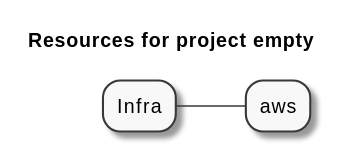
Before: artifacts/resources-mindmap.svg, a diagram exported from PlantUML (FredericHeem/gcp-infra-gen).
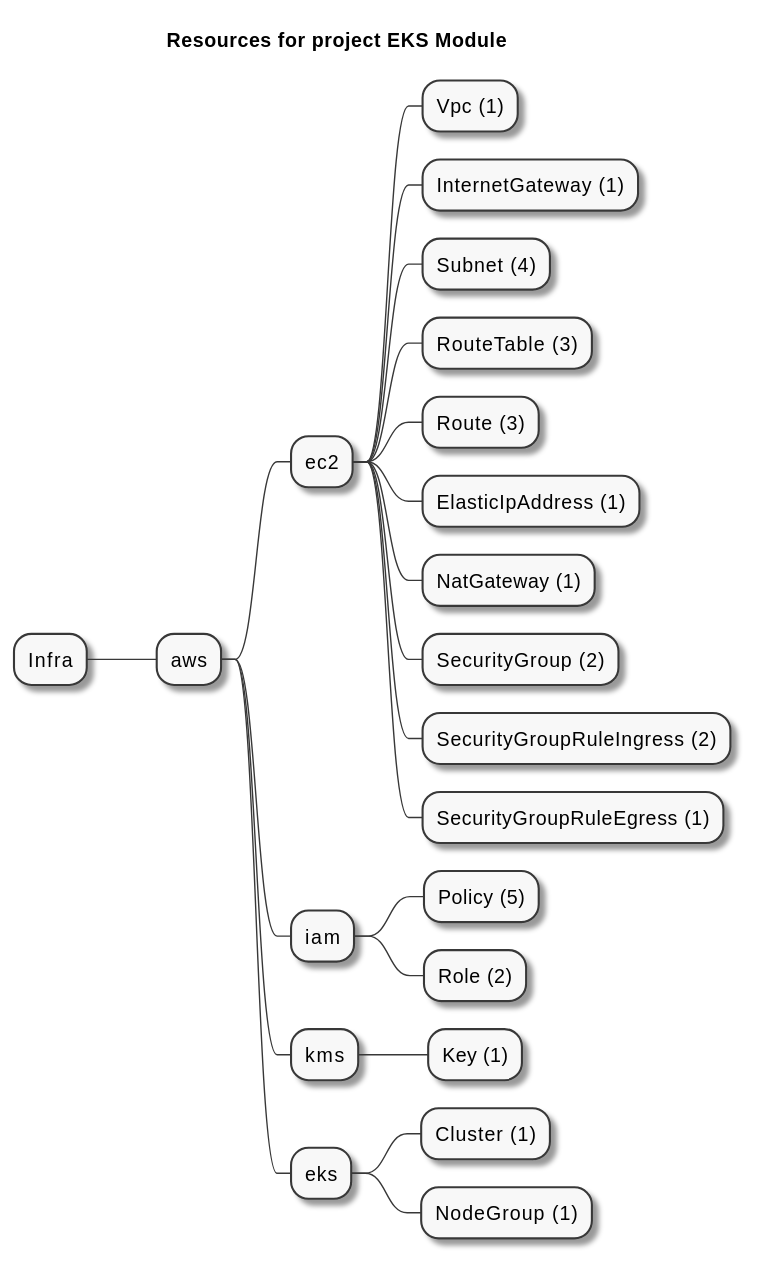
The same diagram one commit later.

Diff of the diagram source:
```diff
@@ -1,7 +1,25 @@
 @startmindmap
-title Resources for project empty
+title Resources for project EKS Module
 skinparam monochrome true
 + Infra
 ++ aws
-
++++ ec2
+++++ Vpc (1)
+++++ InternetGateway (1)
+++++ Subnet (4)
+++++ RouteTable (3)
+++++ Route (3)
+++++ ElasticIpAddress (1)
+++++ NatGateway (1)
+++++ SecurityGroup (2)
+++++ SecurityGroupRuleIngress (2)
+++++ SecurityGroupRuleEgress (1)
++++ iam
+++++ Policy (5)
+++++ Role (2)
++++ kms
+++++ Key (1)
++++ eks
+++++ Cluster (1)
+++++ NodeGroup (1)
 @endmindmap
```
